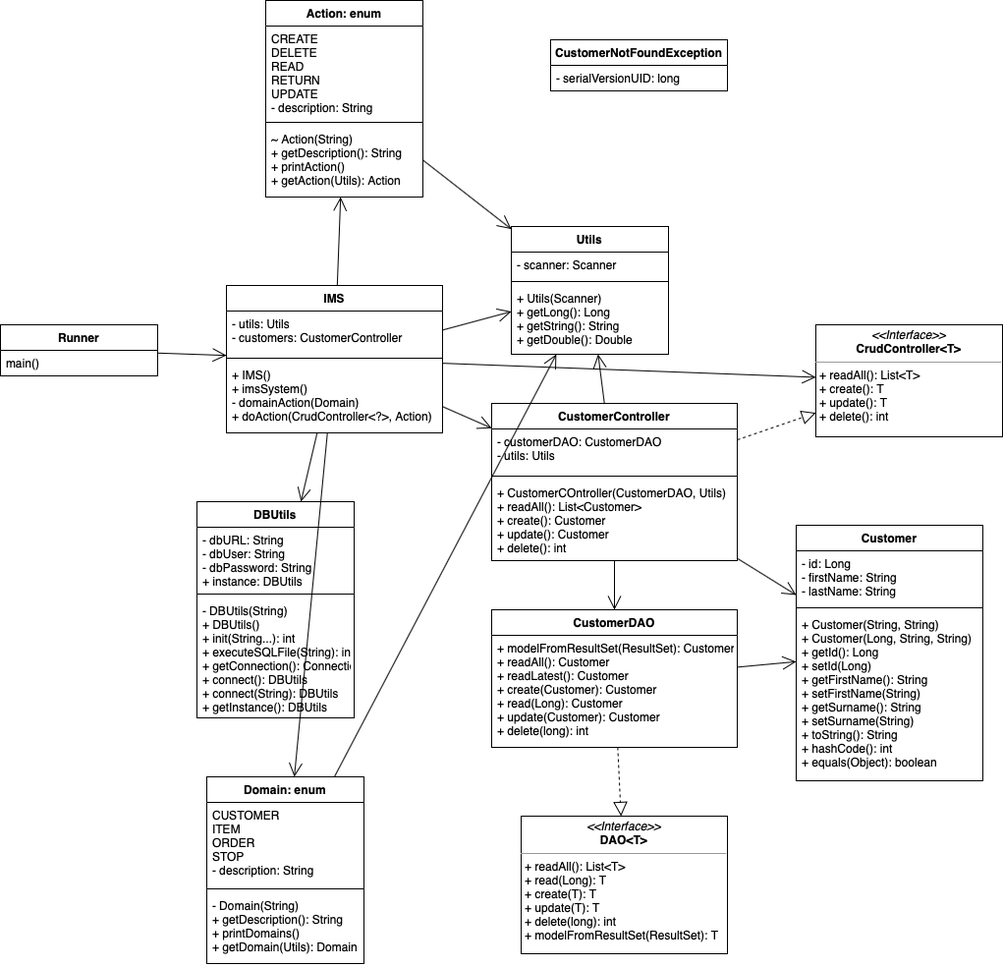
This is documentation/uml-initial.png from r9SC6Zv6/IMS, a draw.io export, as it was before one commit. Source tidied: cells renumbered, new cells last; positions are measured from the earlier drawing's top-left corner, leaving out a move shared by most shapes.
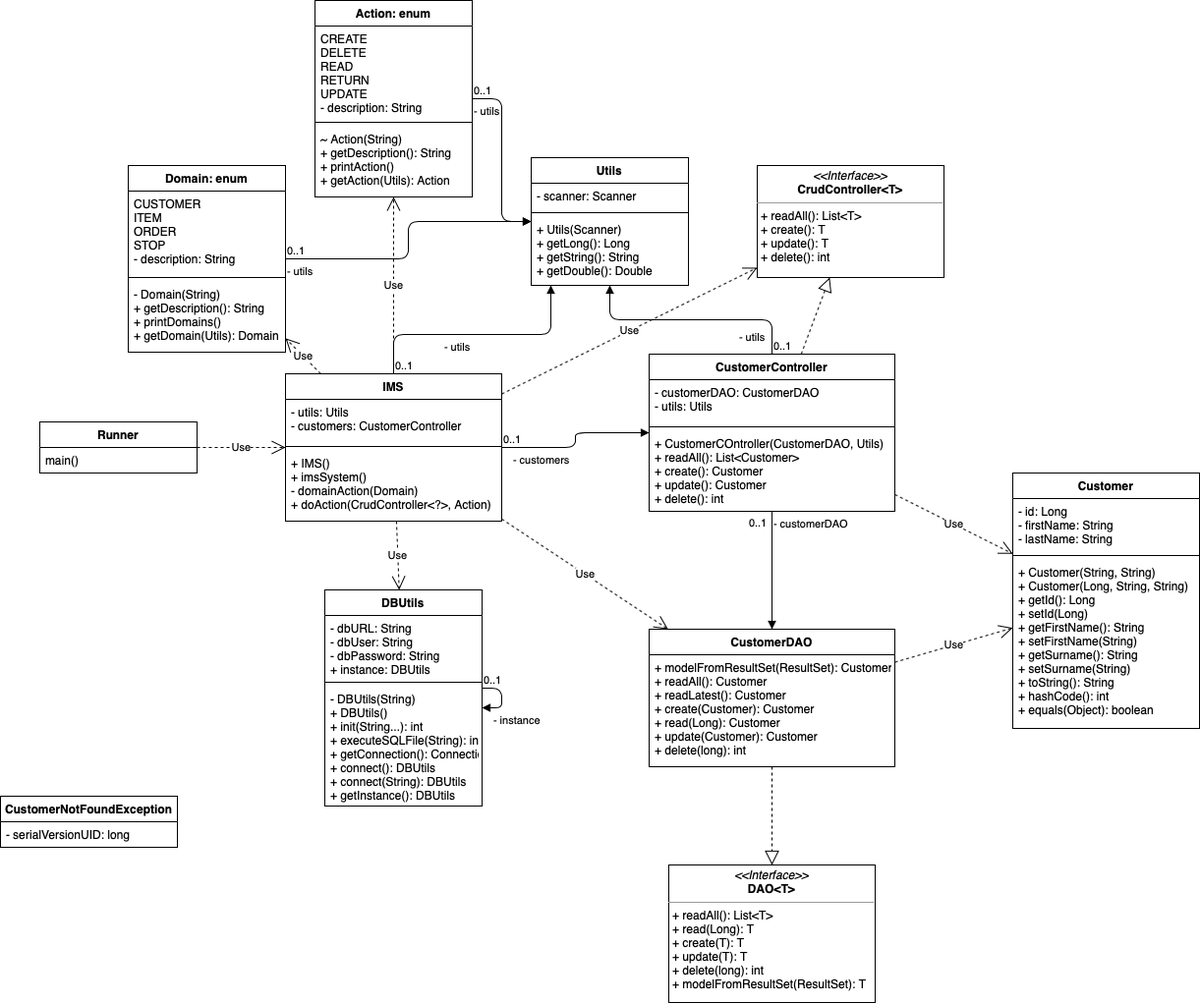
Above is the later version.

Diff of the diagram source:
```diff
@@ -3,13 +3,13 @@
     <mxCell id="0" />
     <mxCell id="1" parent="0" />
     <mxCell id="2" value="Runner" style="swimlane;fontStyle=1;align=center;verticalAlign=top;horizontal=1;startSize=26;" parent="1" vertex="1">
-      <mxGeometry y="330" width="160" height="52" as="geometry" />
+      <mxGeometry x="-90" y="339" width="160" height="52" as="geometry" />
     </mxCell>
     <mxCell id="3" value="main()" style="text;strokeColor=none;fillColor=none;align=left;verticalAlign=top;spacingLeft=4;spacingRight=4;overflow=hidden;" parent="2" vertex="1">
       <mxGeometry y="26" width="160" height="26" as="geometry" />
     </mxCell>
     <mxCell id="4" value="IMS" style="swimlane;fontStyle=1;align=center;verticalAlign=top;horizontal=1;startSize=26;" parent="1" vertex="1">
-      <mxGeometry x="230" y="290" width="220" height="150" as="geometry" />
+      <mxGeometry x="160" y="290" width="220" height="150" as="geometry" />
     </mxCell>
     <mxCell id="5" value="- utils: Utils&#10;- customers: CustomerController" style="text;strokeColor=none;fillColor=none;align=left;verticalAlign=top;spacingLeft=4;spacingRight=4;overflow=hidden;" parent="4" vertex="1">
       <mxGeometry y="26" width="220" height="44" as="geometry" />
@@ -20,11 +20,8 @@
     <mxCell id="7" value="+ IMS()&#10;+ imsSystem()&#10;- domainAction(Domain)&#10;+ doAction(CrudController&lt;?&gt;, Action)" style="text;strokeColor=none;fillColor=none;align=left;verticalAlign=top;spacingLeft=4;spacingRight=4;overflow=hidden;" parent="4" vertex="1">
       <mxGeometry y="78" width="220" height="72" as="geometry" />
     </mxCell>
-    <mxCell id="8" style="endArrow=open;endFill=1;endSize=12;html=1;" parent="1" edge="1" source="2" target="4">
-      <mxGeometry relative="1" as="geometry" />
-    </mxCell>
     <mxCell id="9" value="Utils" style="swimlane;fontStyle=1;align=center;verticalAlign=top;horizontal=1;startSize=26;" parent="1" vertex="1">
-      <mxGeometry x="520" y="230" width="160" height="130" as="geometry" />
+      <mxGeometry x="410" y="70" width="160" height="130" as="geometry" />
     </mxCell>
     <mxCell id="10" value="- scanner: Scanner" style="text;strokeColor=none;fillColor=none;align=left;verticalAlign=top;spacingLeft=4;spacingRight=4;overflow=hidden;" parent="9" vertex="1">
       <mxGeometry y="26" width="160" height="26" as="geometry" />
@@ -35,11 +32,8 @@
     <mxCell id="12" value="+ Utils(Scanner)&#10;+ getLong(): Long&#10;+ getString(): String&#10;+ getDouble(): Double" style="text;strokeColor=none;fillColor=none;align=left;verticalAlign=top;spacingLeft=4;spacingRight=4;overflow=hidden;" parent="9" vertex="1">
       <mxGeometry y="60" width="160" height="70" as="geometry" />
     </mxCell>
-    <mxCell id="13" style="endArrow=open;endFill=1;endSize=12;html=1;" parent="1" edge="1" source="4" target="9">
-      <mxGeometry relative="1" as="geometry" />
-    </mxCell>
     <mxCell id="14" value="CustomerController" style="swimlane;fontStyle=1;align=center;verticalAlign=top;horizontal=1;startSize=26;" parent="1" vertex="1">
-      <mxGeometry x="500" y="410" width="250" height="160" as="geometry" />
+      <mxGeometry x="530" y="270" width="250" height="160" as="geometry" />
     </mxCell>
     <mxCell id="15" value="- customerDAO: CustomerDAO&#10;- utils: Utils" style="text;strokeColor=none;fillColor=none;align=left;verticalAlign=top;spacingLeft=4;spacingRight=4;overflow=hidden;" parent="14" vertex="1">
       <mxGeometry y="26" width="250" height="44" as="geometry" />
@@ -50,33 +44,24 @@
     <mxCell id="17" value="+ CustomerCOntroller(CustomerDAO, Utils)&#10;+ readAll(): List&lt;Customer&gt;&#10;+ create(): Customer&#10;+ update(): Customer&#10;+ delete(): int" style="text;strokeColor=none;fillColor=none;align=left;verticalAlign=top;spacingLeft=4;spacingRight=4;overflow=hidden;" parent="14" vertex="1">
       <mxGeometry y="78" width="250" height="82" as="geometry" />
     </mxCell>
-    <mxCell id="18" style="endArrow=open;endFill=1;endSize=12;html=1;" parent="1" edge="1" source="4" target="14">
-      <mxGeometry relative="1" as="geometry" />
-    </mxCell>
     <mxCell id="19" value="&lt;p style=&quot;margin: 0px ; margin-top: 4px ; text-align: center&quot;&gt;&lt;i&gt;&amp;lt;&amp;lt;Interface&amp;gt;&amp;gt;&lt;/i&gt;&lt;br&gt;&lt;b&gt;CrudController&amp;lt;T&amp;gt;&lt;/b&gt;&lt;/p&gt;&lt;hr size=&quot;1&quot;&gt;&lt;p style=&quot;margin: 0px ; margin-left: 4px&quot;&gt;+ readAll(): List&amp;lt;T&amp;gt;&lt;br&gt;&lt;/p&gt;&lt;p style=&quot;margin: 0px ; margin-left: 4px&quot;&gt;+ create(): T&lt;/p&gt;&lt;p style=&quot;margin: 0px ; margin-left: 4px&quot;&gt;+ update(): T&lt;/p&gt;&lt;p style=&quot;margin: 0px ; margin-left: 4px&quot;&gt;+ delete(): int&lt;/p&gt;" style="verticalAlign=top;align=left;overflow=fill;fontSize=12;fontFamily=Helvetica;html=1;" parent="1" vertex="1">
-      <mxGeometry x="830" y="330" width="190" height="114" as="geometry" />
+      <mxGeometry x="640" y="78" width="190" height="114" as="geometry" />
     </mxCell>
     <mxCell id="20" style="endArrow=block;dashed=1;endFill=0;endSize=12;html=1;" parent="1" edge="1" source="14" target="19">
       <mxGeometry relative="1" as="geometry" />
     </mxCell>
-    <mxCell id="21" style="endArrow=open;endFill=1;endSize=12;html=1;" parent="1" edge="1" source="14" target="9">
-      <mxGeometry relative="1" as="geometry" />
-    </mxCell>
     <mxCell id="22" value="CustomerDAO" style="swimlane;fontStyle=1;align=center;verticalAlign=top;horizontal=1;startSize=26;" parent="1" vertex="1">
-      <mxGeometry x="500" y="620" width="250" height="140" as="geometry" />
+      <mxGeometry x="530" y="550" width="250" height="140" as="geometry" />
     </mxCell>
     <mxCell id="23" value="+ modelFromResultSet(ResultSet): Customer&#10;+ readAll(): Customer&#10;+ readLatest(): Customer&#10;+ create(Customer): Customer&#10;+ read(Long): Customer&#10;+ update(Customer): Customer&#10;+ delete(long): int" style="text;strokeColor=none;fillColor=none;align=left;verticalAlign=top;spacingLeft=4;spacingRight=4;overflow=hidden;" parent="22" vertex="1">
       <mxGeometry y="26" width="250" height="114" as="geometry" />
     </mxCell>
     <mxCell id="24" value="&lt;p style=&quot;margin: 0px ; margin-top: 4px ; text-align: center&quot;&gt;&lt;i&gt;&amp;lt;&amp;lt;Interface&amp;gt;&amp;gt;&lt;/i&gt;&lt;br&gt;&lt;b&gt;DAO&amp;lt;T&amp;gt;&lt;/b&gt;&lt;/p&gt;&lt;hr size=&quot;1&quot;&gt;&lt;p style=&quot;margin: 0px ; margin-left: 4px&quot;&gt;+ readAll(): List&amp;lt;T&amp;gt;&lt;br&gt;&lt;/p&gt;&lt;p style=&quot;margin: 0px ; margin-left: 4px&quot;&gt;+ read(Long): T&lt;/p&gt;&lt;p style=&quot;margin: 0px ; margin-left: 4px&quot;&gt;+ create(T): T&lt;/p&gt;&lt;p style=&quot;margin: 0px ; margin-left: 4px&quot;&gt;+ update(T): T&lt;/p&gt;&lt;p style=&quot;margin: 0px ; margin-left: 4px&quot;&gt;+ delete(long): int&lt;/p&gt;&lt;p style=&quot;margin: 0px ; margin-left: 4px&quot;&gt;+ modelFromResultSet(ResultSet): T&lt;/p&gt;&lt;p style=&quot;margin: 0px ; margin-left: 4px&quot;&gt;&lt;br&gt;&lt;/p&gt;" style="verticalAlign=top;align=left;overflow=fill;fontSize=12;fontFamily=Helvetica;html=1;" parent="1" vertex="1">
-      <mxGeometry x="530" y="830" width="210" height="140" as="geometry" />
+      <mxGeometry x="550" y="790" width="210" height="140" as="geometry" />
     </mxCell>
     <mxCell id="25" style="endArrow=block;dashed=1;endFill=0;endSize=12;html=1;" parent="1" edge="1" source="22" target="24">
       <mxGeometry relative="1" as="geometry" />
     </mxCell>
-    <mxCell id="26" style="endArrow=open;endFill=1;endSize=12;html=1;" parent="1" edge="1" source="14" target="22">
-      <mxGeometry relative="1" as="geometry" />
-    </mxCell>
     <mxCell id="27" value="DBUtils" style="swimlane;fontStyle=1;align=center;verticalAlign=top;horizontal=1;startSize=26;" parent="1" vertex="1">
       <mxGeometry x="200" y="510" width="160" height="220" as="geometry" />
     </mxCell>
@@ -89,11 +74,8 @@
     <mxCell id="30" value="- DBUtils(String)&#10;+ DBUtils()&#10;+ init(String...): int&#10;+ executeSQLFile(String): int&#10;+ getConnection(): Connection&#10;+ connect(): DBUtils&#10;+ connect(String): DBUtils&#10;+ getInstance(): DBUtils" style="text;strokeColor=none;fillColor=none;align=left;verticalAlign=top;spacingLeft=4;spacingRight=4;overflow=hidden;" parent="27" vertex="1">
       <mxGeometry y="98" width="160" height="122" as="geometry" />
     </mxCell>
-    <mxCell id="31" style="endArrow=open;endFill=1;endSize=12;html=1;" parent="1" edge="1" source="4" target="27">
-      <mxGeometry relative="1" as="geometry" />
-    </mxCell>
     <mxCell id="32" value="Domain: enum" style="swimlane;fontStyle=1;align=center;verticalAlign=top;horizontal=1;startSize=26;" parent="1" vertex="1">
-      <mxGeometry x="210" y="790" width="160" height="190" as="geometry" />
+      <mxGeometry y="78" width="160" height="190" as="geometry" />
     </mxCell>
     <mxCell id="33" value="CUSTOMER&#10;ITEM&#10;ORDER&#10;STOP&#10;- description: String" style="text;strokeColor=none;fillColor=none;align=left;verticalAlign=top;spacingLeft=4;spacingRight=4;overflow=hidden;" parent="32" vertex="1">
       <mxGeometry y="26" width="160" height="84" as="geometry" />
@@ -104,17 +86,8 @@
     <mxCell id="35" value="- Domain(String)&#10;+ getDescription(): String&#10;+ printDomains()&#10;+ getDomain(Utils): Domain" style="text;strokeColor=none;fillColor=none;align=left;verticalAlign=top;spacingLeft=4;spacingRight=4;overflow=hidden;" parent="32" vertex="1">
       <mxGeometry y="118" width="160" height="72" as="geometry" />
     </mxCell>
-    <mxCell id="36" style="endArrow=open;endFill=1;endSize=12;html=1;" parent="1" edge="1" source="32" target="9">
-      <mxGeometry relative="1" as="geometry" />
-    </mxCell>
-    <mxCell id="37" style="endArrow=open;endFill=1;endSize=12;html=1;" parent="1" edge="1" source="4" target="32">
-      <mxGeometry relative="1" as="geometry" />
-    </mxCell>
-    <mxCell id="38" style="endArrow=open;endFill=1;endSize=12;html=1;" parent="1" edge="1" source="4" target="19">
-      <mxGeometry relative="1" as="geometry" />
-    </mxCell>
     <mxCell id="39" value="Customer" style="swimlane;fontStyle=1;align=center;verticalAlign=top;horizontal=1;startSize=26;" parent="1" vertex="1">
-      <mxGeometry x="810" y="534" width="190" height="260" as="geometry" />
+      <mxGeometry x="900" y="391" width="190" height="260" as="geometry" />
     </mxCell>
     <mxCell id="40" value="- id: Long&#10;- firstName: String&#10;- lastName: String" style="text;strokeColor=none;fillColor=none;align=left;verticalAlign=top;spacingLeft=4;spacingRight=4;overflow=hidden;" parent="39" vertex="1">
       <mxGeometry y="26" width="190" height="54" as="geometry" />
@@ -125,14 +98,8 @@
     <mxCell id="42" value="+ Customer(String, String)&#10;+ Customer(Long, String, String)&#10;+ getId(): Long&#10;+ setId(Long)&#10;+ getFirstName(): String&#10;+ setFirstName(String)&#10;+ getSurname(): String&#10;+ setSurname(String)&#10;+ toString(): String&#10;+ hashCode(): int&#10;+ equals(Object): boolean" style="text;strokeColor=none;fillColor=none;align=left;verticalAlign=top;spacingLeft=4;spacingRight=4;overflow=hidden;" parent="39" vertex="1">
       <mxGeometry y="88" width="190" height="172" as="geometry" />
     </mxCell>
-    <mxCell id="43" style="endArrow=open;endFill=1;endSize=12;html=1;" parent="1" edge="1" source="14" target="39">
-      <mxGeometry relative="1" as="geometry" />
-    </mxCell>
-    <mxCell id="44" style="endArrow=open;endFill=1;endSize=12;html=1;" parent="1" edge="1" source="22" target="39">
-      <mxGeometry relative="1" as="geometry" />
-    </mxCell>
     <mxCell id="45" value="Action: enum" style="swimlane;fontStyle=1;align=center;verticalAlign=top;horizontal=1;startSize=26;" parent="1" vertex="1">
-      <mxGeometry x="270" width="160" height="200" as="geometry" />
+      <mxGeometry x="190" y="-90" width="160" height="200" as="geometry" />
     </mxCell>
     <mxCell id="46" value="CREATE&#10;DELETE&#10;READ&#10;RETURN&#10;UPDATE&#10;- description: String" style="text;strokeColor=none;fillColor=none;align=left;verticalAlign=top;spacingLeft=4;spacingRight=4;overflow=hidden;" parent="45" vertex="1">
       <mxGeometry y="26" width="160" height="94" as="geometry" />
@@ -143,17 +110,84 @@
     <mxCell id="48" value="~ Action(String)&#10;+ getDescription(): String&#10;+ printAction()&#10;+ getAction(Utils): Action" style="text;strokeColor=none;fillColor=none;align=left;verticalAlign=top;spacingLeft=4;spacingRight=4;overflow=hidden;" parent="45" vertex="1">
       <mxGeometry y="128" width="160" height="72" as="geometry" />
     </mxCell>
-    <mxCell id="49" style="endArrow=open;endFill=1;endSize=12;html=1;" parent="1" edge="1" source="45" target="9">
-      <mxGeometry relative="1" as="geometry" />
-    </mxCell>
-    <mxCell id="50" style="endArrow=open;endFill=1;endSize=12;html=1;" parent="1" edge="1" source="4" target="45">
-      <mxGeometry relative="1" as="geometry" />
-    </mxCell>
     <mxCell id="51" value="CustomerNotFoundException" style="swimlane;fontStyle=1;align=center;verticalAlign=top;horizontal=1;startSize=26;" parent="1" vertex="1">
-      <mxGeometry x="560" y="40" width="180" height="52" as="geometry" />
+      <mxGeometry x="-130" y="720" width="180" height="52" as="geometry" />
     </mxCell>
     <mxCell id="52" value="- serialVersionUID: long" style="text;strokeColor=none;fillColor=none;align=left;verticalAlign=top;spacingLeft=4;spacingRight=4;overflow=hidden;" parent="51" vertex="1">
       <mxGeometry y="26" width="180" height="26" as="geometry" />
     </mxCell>
+    <mxCell id="50" value="Use" style="endArrow=open;endSize=12;dashed=1;html=1;" parent="1" edge="1" source="4" target="45">
+      <mxGeometry relative="1" as="geometry" />
+    </mxCell>
+    <mxCell id="37" value="Use" style="endArrow=open;endSize=12;dashed=1;html=1;" parent="1" edge="1" source="4" target="32">
+      <mxGeometry relative="1" as="geometry" />
+    </mxCell>
+    <mxCell id="8" value="Use" style="endArrow=open;endSize=12;dashed=1;html=1;" parent="1" edge="1" source="2" target="4">
+      <mxGeometry relative="1" as="geometry" />
+    </mxCell>
+    <mxCell id="31" value="Use" style="endArrow=open;endSize=12;dashed=1;html=1;" parent="1" edge="1" source="4" target="27">
+      <mxGeometry relative="1" as="geometry" />
+    </mxCell>
+    <mxCell id="53" value="Use" style="endArrow=open;endSize=12;dashed=1;html=1;" parent="1" edge="1" source="4" target="22">
+      <mxGeometry relative="1" as="geometry" />
+    </mxCell>
+    <mxCell id="18" value="- customers" style="endArrow=block;endFill=1;html=1;edgeStyle=orthogonalEdgeStyle;align=left;verticalAlign=top;" parent="1" edge="1" source="4" target="14">
+      <mxGeometry x="-0.88" relative="1" as="geometry" />
+    </mxCell>
+    <mxCell id="54" value="0..1" style="edgeLabel;html=1;align=left;verticalAlign=bottom;" parent="18" vertex="1">
+      <mxGeometry x="-1" relative="1" as="geometry" />
+    </mxCell>
+    <mxCell id="38" value="Use" style="endArrow=open;endSize=12;dashed=1;html=1;" parent="1" edge="1" source="4" target="19">
+      <mxGeometry relative="1" as="geometry" />
+    </mxCell>
+    <mxCell id="13" value="- utils" style="endArrow=block;endFill=1;html=1;edgeStyle=orthogonalEdgeStyle;align=left;verticalAlign=top;" parent="1" edge="1" source="4" target="9">
+      <mxGeometry x="-0.28" relative="1" as="geometry">
+        <Array as="points">
+          <mxPoint x="270" y="250" />
+          <mxPoint x="430" y="250" />
+        </Array>
+      </mxGeometry>
+    </mxCell>
+    <mxCell id="55" value="0..1" style="edgeLabel;html=1;align=left;verticalAlign=bottom;" parent="13" vertex="1">
+      <mxGeometry x="-1" relative="1" as="geometry" />
+    </mxCell>
+    <mxCell id="43" value="Use" style="endArrow=open;endSize=12;dashed=1;html=1;" parent="1" edge="1" source="14" target="39">
+      <mxGeometry relative="1" as="geometry" />
+    </mxCell>
+    <mxCell id="44" value="Use" style="endArrow=open;endSize=12;dashed=1;html=1;" parent="1" edge="1" source="22" target="39">
+      <mxGeometry relative="1" as="geometry" />
+    </mxCell>
+    <mxCell id="26" value="- customerDAO" style="endArrow=block;endFill=1;html=1;edgeStyle=orthogonalEdgeStyle;align=left;verticalAlign=top;" parent="1" edge="1" source="14" target="22">
+      <mxGeometry x="-1" relative="1" as="geometry" />
+    </mxCell>
+    <mxCell id="56" value="0..1" style="edgeLabel;html=1;align=left;verticalAlign=bottom;" parent="26" vertex="1">
+      <mxGeometry x="-1" relative="1" as="geometry">
+        <mxPoint x="-25" y="20" as="offset" />
+      </mxGeometry>
+    </mxCell>
+    <mxCell id="36" value="- utils" style="endArrow=block;endFill=1;html=1;edgeStyle=orthogonalEdgeStyle;align=left;verticalAlign=top;" parent="1" edge="1" source="32" target="9">
+      <mxGeometry x="-1" relative="1" as="geometry" />
+    </mxCell>
+    <mxCell id="57" value="0..1" style="edgeLabel;html=1;align=left;verticalAlign=bottom;" parent="36" vertex="1">
+      <mxGeometry x="-1" relative="1" as="geometry" />
+    </mxCell>
+    <mxCell id="21" value="- utils" style="endArrow=block;endFill=1;html=1;edgeStyle=orthogonalEdgeStyle;align=left;verticalAlign=top;" parent="1" edge="1" source="14" target="9">
+      <mxGeometry x="-0.4" y="5" relative="1" as="geometry" />
+    </mxCell>
+    <mxCell id="58" value="0..1" style="edgeLabel;html=1;align=left;verticalAlign=bottom;" parent="21" vertex="1">
+      <mxGeometry x="-1" relative="1" as="geometry" />
+    </mxCell>
+    <mxCell id="49" value="- utils" style="endArrow=block;endFill=1;html=1;edgeStyle=orthogonalEdgeStyle;align=left;verticalAlign=top;" parent="1" edge="1" source="45" target="9">
+      <mxGeometry x="-1" relative="1" as="geometry" />
+    </mxCell>
+    <mxCell id="59" value="0..1" style="edgeLabel;html=1;align=left;verticalAlign=bottom;" parent="49" vertex="1">
+      <mxGeometry x="-1" relative="1" as="geometry" />
+    </mxCell>
+    <mxCell id="60" value="- instance" style="endArrow=block;endFill=1;html=1;edgeStyle=orthogonalEdgeStyle;align=left;verticalAlign=top;" parent="1" edge="1" source="27" target="27">
+      <mxGeometry x="0.67" relative="1" as="geometry" />
+    </mxCell>
+    <mxCell id="61" value="0..1" style="edgeLabel;html=1;align=left;verticalAlign=bottom;" parent="60" vertex="1">
+      <mxGeometry x="-1" relative="1" as="geometry" />
+    </mxCell>
   </root>
 </mxGraphModel>
```
